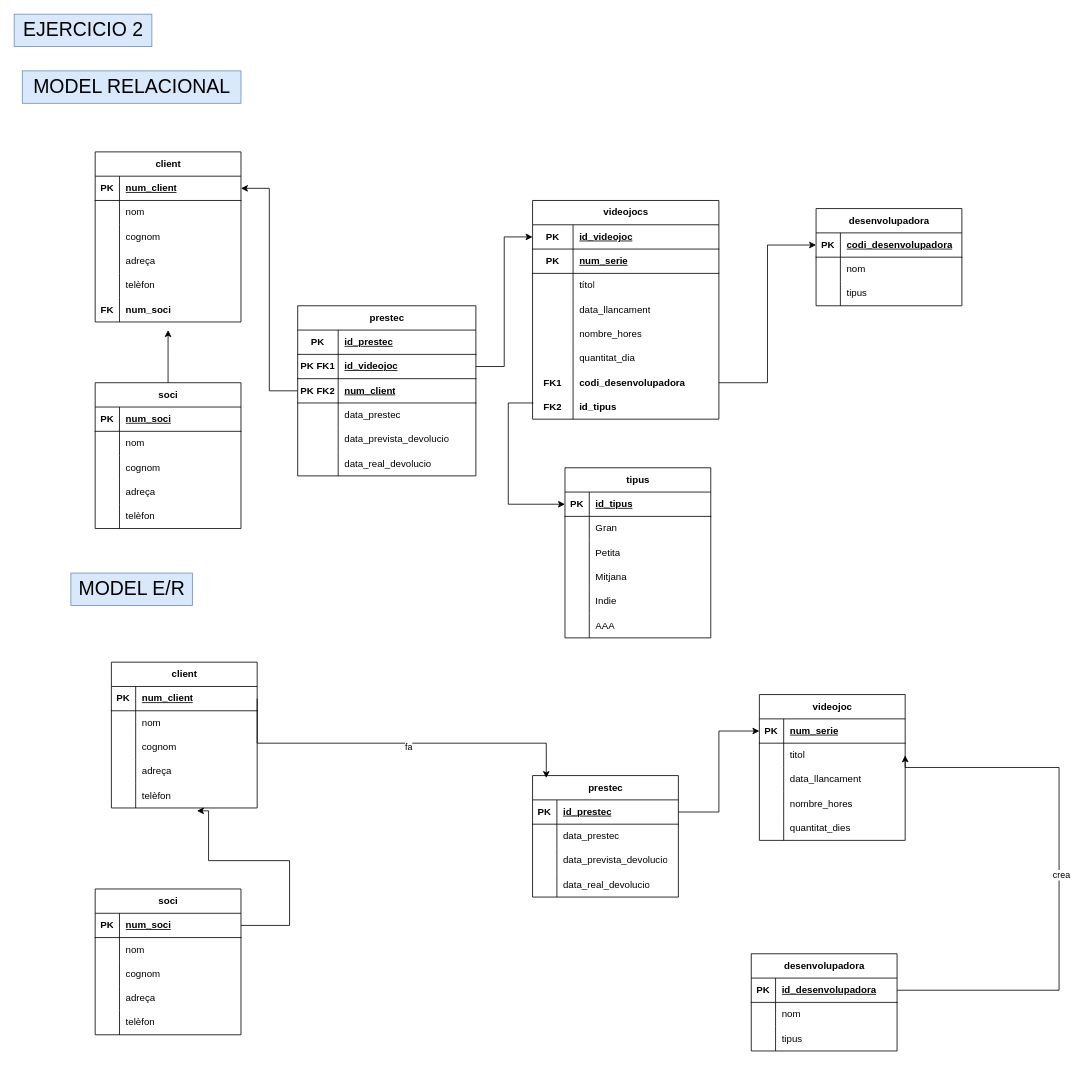
Earlier version of the draw.io diagram M02_RA6_act2.drawio (victor06-git/base_de_dades). Source tidied: cells renumbered, new cells numbered last; positions are measured from the earlier drawing's top-left corner, leaving out a move shared by most shapes. Both pictures are drawn from the tidied source at 81%, with x=0, y=0 at pixel (14, 14).
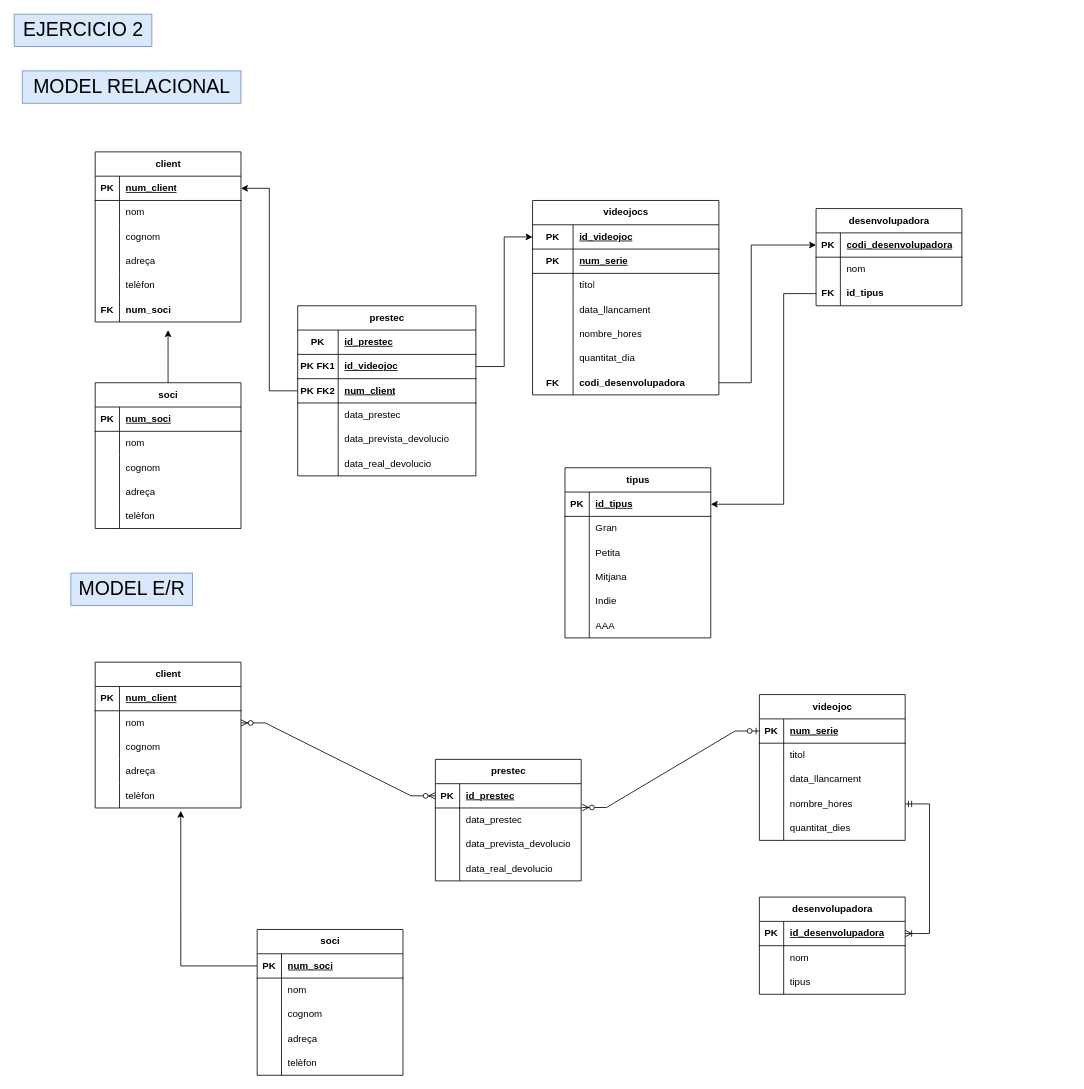
The same page after the edit.

The change refers to these unchanged cells:
```xml
<mxCell id="43" style="shape=tableRow;horizontal=0;startSize=0;swimlaneHead=0;swimlaneBody=0;fillColor=none;points=[[0,0.5],[1,0.5]];portConstraint=eastwest;top=0;left=0;right=0;bottom=0;" parent="24" vertex="1">
  <mxGeometry y="210" width="230" height="30" as="geometry" />
</mxCell>
<mxCell id="50" style="shape=tableRow;horizontal=0;startSize=0;swimlaneHead=0;swimlaneBody=0;fillColor=none;points=[[0,0.5],[1,0.5]];portConstraint=eastwest;top=0;left=0;right=0;bottom=1;" parent="49" vertex="1">
  <mxGeometry y="30" width="180" height="30" as="geometry" />
</mxCell>
<mxCell id="56" style="shape=tableRow;horizontal=0;startSize=0;swimlaneHead=0;swimlaneBody=0;fillColor=none;points=[[0,0.5],[1,0.5]];portConstraint=eastwest;top=0;left=0;right=0;bottom=0;" parent="49" vertex="1">
  <mxGeometry y="90" width="180" height="30" as="geometry" />
</mxCell>
<mxCell id="60" style="shape=tableRow;horizontal=0;startSize=0;swimlaneHead=0;swimlaneBody=0;fillColor=none;points=[[0,0.5],[1,0.5]];portConstraint=eastwest;top=0;left=0;right=0;bottom=1;" parent="59" vertex="1">
  <mxGeometry y="30" width="180" height="30" as="geometry" />
</mxCell>
<mxCell id="100" style="shape=tableRow;horizontal=0;startSize=0;swimlaneHead=0;swimlaneBody=0;fillColor=none;points=[[0,0.5],[1,0.5]];portConstraint=eastwest;top=0;left=0;right=0;bottom=1;" parent="99" vertex="1">
  <mxGeometry y="30" width="180" height="30" as="geometry" />
</mxCell>
<mxCell id="103" style="shape=tableRow;horizontal=0;startSize=0;swimlaneHead=0;swimlaneBody=0;fillColor=none;points=[[0,0.5],[1,0.5]];portConstraint=eastwest;top=0;left=0;right=0;bottom=0;" parent="99" vertex="1">
  <mxGeometry y="60" width="180" height="30" as="geometry" />
</mxCell>
<mxCell id="112" style="shape=tableRow;horizontal=0;startSize=0;swimlaneHead=0;swimlaneBody=0;fillColor=none;points=[[0,0.5],[1,0.5]];portConstraint=eastwest;top=0;left=0;right=0;bottom=0;" parent="99" vertex="1">
  <mxGeometry y="150" width="180" height="30" as="geometry" />
</mxCell>
<mxCell id="116" style="shape=tableRow;horizontal=0;startSize=0;swimlaneHead=0;swimlaneBody=0;fillColor=none;points=[[0,0.5],[1,0.5]];portConstraint=eastwest;top=0;left=0;right=0;bottom=1;" parent="115" vertex="1">
  <mxGeometry y="30" width="180" height="30" as="geometry" />
</mxCell>
<mxCell id="132" style="shape=tableRow;horizontal=0;startSize=0;swimlaneHead=0;swimlaneBody=0;fillColor=none;points=[[0,0.5],[1,0.5]];portConstraint=eastwest;top=0;left=0;right=0;bottom=1;" parent="131" vertex="1">
  <mxGeometry y="30" width="180" height="30" as="geometry" />
</mxCell>
<mxCell id="135" style="shape=tableRow;horizontal=0;startSize=0;swimlaneHead=0;swimlaneBody=0;fillColor=none;points=[[0,0.5],[1,0.5]];portConstraint=eastwest;top=0;left=0;right=0;bottom=0;" parent="131" vertex="1">
  <mxGeometry y="60" width="180" height="30" as="geometry" />
</mxCell>
<mxCell id="141" style="shape=tableRow;horizontal=0;startSize=0;swimlaneHead=0;swimlaneBody=0;fillColor=none;points=[[0,0.5],[1,0.5]];portConstraint=eastwest;top=0;left=0;right=0;bottom=0;" parent="131" vertex="1">
  <mxGeometry y="120" width="180" height="30" as="geometry" />
</mxCell>
<mxCell id="148" style="shape=tableRow;horizontal=0;startSize=0;swimlaneHead=0;swimlaneBody=0;fillColor=none;points=[[0,0.5],[1,0.5]];portConstraint=eastwest;top=0;left=0;right=0;bottom=1;" parent="147" vertex="1">
  <mxGeometry y="30" width="180" height="30" as="geometry" />
</mxCell>
<mxCell id="151" style="shape=tableRow;horizontal=0;startSize=0;swimlaneHead=0;swimlaneBody=0;fillColor=none;points=[[0,0.5],[1,0.5]];portConstraint=eastwest;top=0;left=0;right=0;bottom=0;" parent="147" vertex="1">
  <mxGeometry y="60" width="180" height="30" as="geometry" />
</mxCell>
<mxCell id="165" style="shape=tableRow;horizontal=0;startSize=0;swimlaneHead=0;swimlaneBody=0;fillColor=none;points=[[0,0.5],[1,0.5]];portConstraint=eastwest;top=0;left=0;right=0;bottom=1;" parent="164" vertex="1">
  <mxGeometry y="30" width="180" height="30" as="geometry" />
</mxCell>
```

The edit, as a diff of the source:
```diff
@@
     <mxCell id="24" value="videojocs" style="shape=table;startSize=30;childLayout=tableLayout;rowLines=0;fontStyle=1;align=center;html=1;" parent="1" vertex="1">
-      <mxGeometry x="640" y="230" width="230" height="270" as="geometry" />
+      <mxGeometry x="640" y="230" width="230" height="240" as="geometry" />
     </mxCell>
@@
-    <mxCell id="44" value="&lt;b&gt;FK1&lt;/b&gt;" style="shape=partialRectangle;fillColor=none;top=0;left=0;bottom=0;right=0;overflow=hidden;whiteSpace=wrap;html=1;" parent="43" vertex="1">
+    <mxCell id="44" value="&lt;b&gt;FK&lt;/b&gt;" style="shape=partialRectangle;fillColor=none;top=0;left=0;bottom=0;right=0;overflow=hidden;whiteSpace=wrap;html=1;" parent="43" vertex="1">
       <mxGeometry width="50" height="30" as="geometry" />
     </mxCell>
@@
-    <mxCell id="46" style="shape=tableRow;horizontal=0;startSize=0;swimlaneHead=0;swimlaneBody=0;fillColor=none;top=0;left=0;right=0;bottom=0;" parent="24" vertex="1">
-      <mxGeometry y="240" width="230" height="30" as="geometry" />
-    </mxCell>
-    <mxCell id="47" value="&lt;b&gt;FK2&lt;/b&gt;" style="shape=partialRectangle;fillColor=none;top=0;left=0;bottom=0;right=0;overflow=hidden;whiteSpace=wrap;html=1;" parent="46" vertex="1">
-      <mxGeometry width="50" height="30" as="geometry" />
-    </mxCell>
-    <mxCell id="48" value="&lt;b&gt;id_tipus&lt;/b&gt;" style="shape=partialRectangle;fillColor=none;top=0;left=0;bottom=0;right=0;align=left;spacingLeft=6;overflow=hidden;whiteSpace=wrap;html=1;" parent="46" vertex="1">
-      <mxGeometry x="50" width="180" height="30" as="geometry" />
-    </mxCell>
@@
-    <mxCell id="57" style="shape=partialRectangle;fillColor=none;top=0;left=0;bottom=0;right=0;overflow=hidden;whiteSpace=wrap;html=1;" parent="56" vertex="1">
+    <mxCell id="57" value="&lt;b&gt;FK&lt;/b&gt;" style="shape=partialRectangle;fillColor=none;top=0;left=0;bottom=0;right=0;overflow=hidden;whiteSpace=wrap;html=1;" parent="56" vertex="1">
       <mxGeometry width="30" height="30" as="geometry" />
     </mxCell>
-    <mxCell id="58" value="tipus" style="shape=partialRectangle;fillColor=none;top=0;left=0;bottom=0;right=0;align=left;spacingLeft=6;overflow=hidden;whiteSpace=wrap;html=1;" parent="56" vertex="1">
+    <mxCell id="58" value="&lt;b&gt;id_tipus&lt;/b&gt;" style="shape=partialRectangle;fillColor=none;top=0;left=0;bottom=0;right=0;align=left;spacingLeft=6;overflow=hidden;whiteSpace=wrap;html=1;" parent="56" vertex="1">
       <mxGeometry x="30" width="150" height="30" as="geometry" />
     </mxCell>
@@
     <mxCell id="99" value="client" style="shape=table;startSize=30;childLayout=tableLayout;rowLines=0;fontStyle=1;align=center;html=1;" parent="1" vertex="1">
-      <mxGeometry x="120" y="800" width="180" height="180" as="geometry" />
+      <mxGeometry x="100" y="800" width="180" height="180" as="geometry" />
     </mxCell>
@@
     <mxCell id="115" value="soci" style="shape=table;startSize=30;childLayout=tableLayout;rowLines=0;fontStyle=1;align=center;html=1;" parent="1" vertex="1">
-      <mxGeometry x="100" y="1080" width="180" height="180" as="geometry" />
+      <mxGeometry x="300" y="1130" width="180" height="180" as="geometry" />
     </mxCell>
@@
     <mxCell id="147" value="prestec" style="shape=table;startSize=30;childLayout=tableLayout;rowLines=0;fontStyle=1;align=center;html=1;" parent="1" vertex="1">
-      <mxGeometry x="640" y="940" width="180" height="150" as="geometry" />
+      <mxGeometry x="520" y="920" width="180" height="150" as="geometry" />
     </mxCell>
@@
-    <mxCell id="160" style="edgeStyle=orthogonalEdgeStyle;rounded=0;jettySize=auto;html=1;exitX=1;exitY=0.5;exitDx=0;exitDy=0;entryX=0.094;entryY=0.02;entryDx=0;entryDy=0;entryPerimeter=0;" parent="1" edge="1" source="100" target="147">
-      <mxGeometry relative="1" as="geometry">
-        <Array as="points">
-          <mxPoint x="300" y="900" />
-          <mxPoint x="657" y="900" />
-        </Array>
-      </mxGeometry>
-    </mxCell>
-    <mxCell id="161" value="fa" style="edgeLabel;html=1;align=center;verticalAlign=middle;" parent="160" vertex="1">
-      <mxGeometry x="0.06" y="-4" relative="1" as="geometry" />
-    </mxCell>
-    <mxCell id="162" style="edgeStyle=orthogonalEdgeStyle;rounded=0;jettySize=auto;html=1;exitX=1;exitY=0.5;exitDx=0;exitDy=0;entryX=0.587;entryY=1.117;entryDx=0;entryDy=0;entryPerimeter=0;" parent="1" edge="1" source="116" target="112">
+    <mxCell id="162" style="edgeStyle=orthogonalEdgeStyle;rounded=0;jettySize=auto;html=1;exitX=0;exitY=0.5;exitDx=0;exitDy=0;entryX=0.587;entryY=1.117;entryDx=0;entryDy=0;entryPerimeter=0;" parent="1" edge="1" source="116" target="112">
       <mxGeometry relative="1" as="geometry">
         <Array as="points">
-          <mxPoint x="340" y="1125" />
-          <mxPoint x="340" y="1045" />
-          <mxPoint x="240" y="1045" />
-          <mxPoint x="240" y="984" />
+          <mxPoint x="206" y="1175" />
         </Array>
       </mxGeometry>
     </mxCell>
-    <mxCell id="163" style="edgeStyle=orthogonalEdgeStyle;rounded=0;jettySize=auto;html=1;exitX=1;exitY=0.5;exitDx=0;exitDy=0;entryX=0;entryY=0.5;entryDx=0;entryDy=0;" parent="1" edge="1" source="148" target="132">
-      <mxGeometry relative="1" as="geometry" />
-    </mxCell>
     <mxCell id="164" value="desenvolupadora" style="shape=table;startSize=30;childLayout=tableLayout;rowLines=0;fontStyle=1;align=center;html=1;" parent="1" vertex="1">
-      <mxGeometry x="910" y="1160" width="180" height="120" as="geometry" />
+      <mxGeometry x="920" y="1090" width="180" height="120" as="geometry" />
     </mxCell>
@@
-    <mxCell id="174" style="edgeStyle=orthogonalEdgeStyle;rounded=0;jettySize=auto;html=1;exitX=1;exitY=0.5;exitDx=0;exitDy=0;entryX=1;entryY=0.5;entryDx=0;entryDy=0;" parent="1" edge="1" source="165" target="135">
-      <mxGeometry relative="1" as="geometry">
-        <Array as="points">
-          <mxPoint x="1290" y="1205" />
-          <mxPoint x="1290" y="930" />
-          <mxPoint x="1100" y="930" />
-        </Array>
-      </mxGeometry>
-    </mxCell>
-    <mxCell id="175" value="crea" style="edgeLabel;html=1;align=center;verticalAlign=middle;" parent="174" vertex="1">
-      <mxGeometry x="0.01" y="-2" relative="1" as="geometry" />
-    </mxCell>
@@
     <mxCell id="195" style="edgeStyle=orthogonalEdgeStyle;rounded=0;jettySize=auto;html=1;exitX=1;exitY=0.5;exitDx=0;exitDy=0;entryX=0;entryY=0.5;entryDx=0;entryDy=0;" parent="1" edge="1" source="43" target="50">
-      <mxGeometry relative="1" as="geometry" />
+      <mxGeometry relative="1" as="geometry">
+        <Array as="points">
+          <mxPoint x="910" y="455" />
+          <mxPoint x="910" y="285" />
+        </Array>
+      </mxGeometry>
     </mxCell>
-    <mxCell id="196" style="edgeStyle=orthogonalEdgeStyle;rounded=0;jettySize=auto;html=1;entryX=0;entryY=0.5;entryDx=0;entryDy=0;" parent="1" edge="1" target="60">
-      <mxGeometry relative="1" as="geometry">
-        <mxPoint x="641" y="480" as="sourcePoint" />
-        <Array as="points">
-          <mxPoint x="610" y="480" />
-          <mxPoint x="610" y="605" />
-        </Array>
-      </mxGeometry>
-    </mxCell>
+    <mxCell id="197" style="edgeStyle=entityRelationEdgeStyle;fontSize=12;html=1;endArrow=ERoneToMany;startArrow=ERmandOne;rounded=0;exitX=1;exitY=0.5;exitDx=0;exitDy=0;entryX=1;entryY=0.5;entryDx=0;entryDy=0;" parent="1" edge="1" source="141" target="165">
+      <mxGeometry relative="1" as="geometry" />
+    </mxCell>
+    <mxCell id="198" style="edgeStyle=orthogonalEdgeStyle;rounded=0;jettySize=auto;html=1;exitX=0;exitY=0.5;exitDx=0;exitDy=0;entryX=1;entryY=0.5;entryDx=0;entryDy=0;" parent="1" edge="1" source="56" target="60">
+      <mxGeometry relative="1" as="geometry">
+        <Array as="points">
+          <mxPoint x="950" y="345" />
+          <mxPoint x="950" y="605" />
+        </Array>
+      </mxGeometry>
+    </mxCell>
+    <mxCell id="199" style="edgeStyle=entityRelationEdgeStyle;fontSize=12;html=1;endArrow=ERzeroToMany;endFill=1;startArrow=ERzeroToMany;rounded=0;exitX=0;exitY=0.5;exitDx=0;exitDy=0;entryX=1;entryY=0.5;entryDx=0;entryDy=0;" parent="1" edge="1" source="148" target="103">
+      <mxGeometry relative="1" as="geometry" />
+    </mxCell>
+    <mxCell id="200" style="edgeStyle=entityRelationEdgeStyle;fontSize=12;html=1;endArrow=ERzeroToMany;startArrow=ERzeroToOne;rounded=0;exitX=0;exitY=0.5;exitDx=0;exitDy=0;entryX=1.007;entryY=-0.02;entryDx=0;entryDy=0;entryPerimeter=0;" parent="1" edge="1" source="132" target="151">
+      <mxGeometry relative="1" as="geometry" />
+    </mxCell>
```
